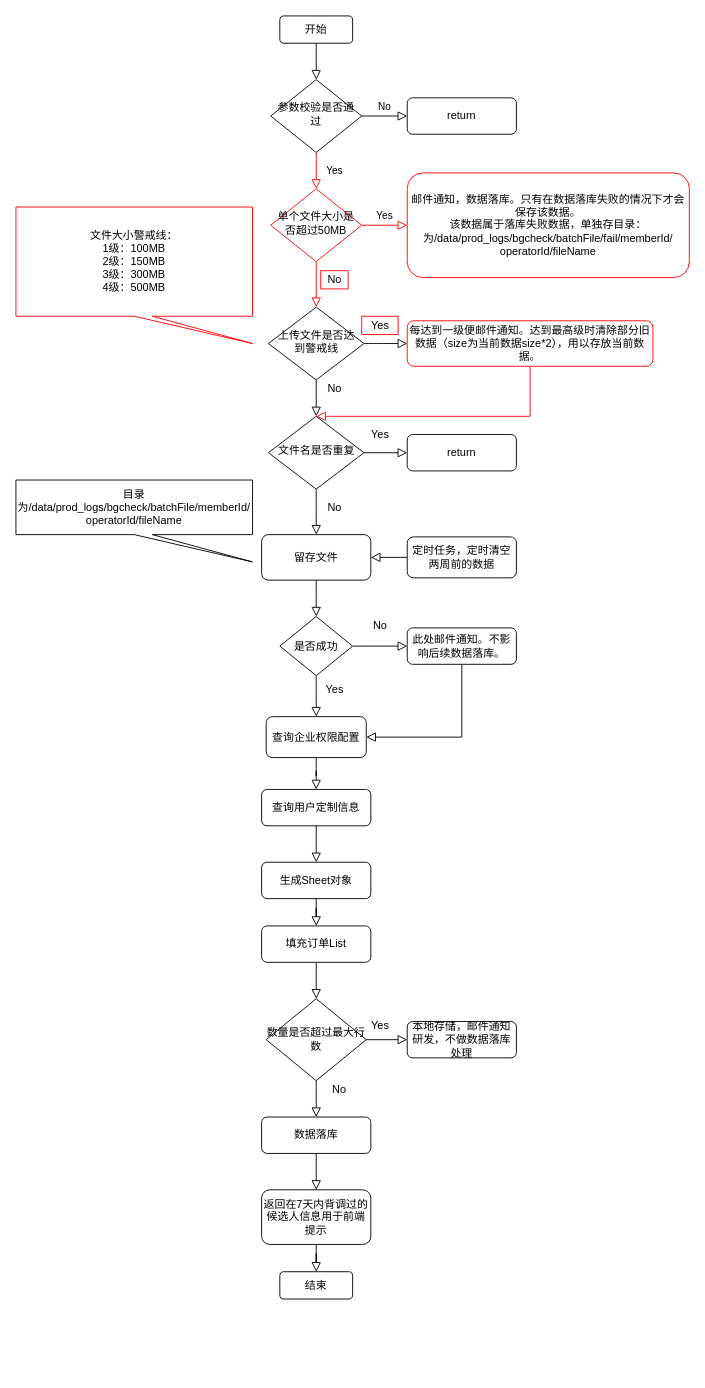
This is Untitled Diagram.drawio from 111ZhuXueke/Hello-English, a draw.io file, before an edit. Source tidied: cells renumbered, new cells numbered last; positions are measured from the earlier drawing's top-left corner, leaving out a move shared by most shapes. Both pictures are drawn from the tidied source at 91%, with x=0, y=0 at pixel (15, 15).
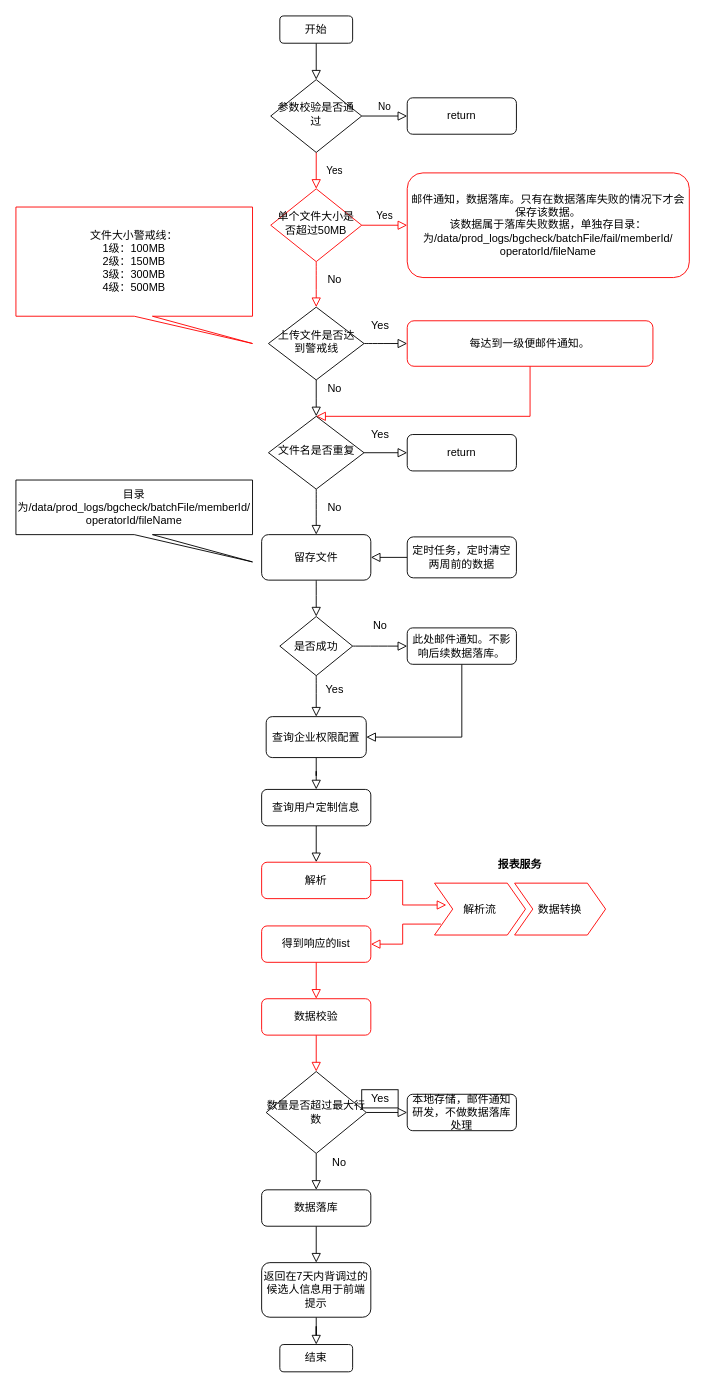
The same page after the edit.

What changed in the source:
```diff
@@
-    <mxCell id="17" value="每达到一级便邮件通知。达到最高级时清除部分旧数据（size为当前数据size*2），用以存放当前数据。" style="rounded=1;whiteSpace=wrap;html=1;fontSize=12;glass=0;strokeWidth=1;shadow=0;strokeColor=#FF0000;" parent="1" vertex="1">
+    <mxCell id="17" value="每达到一级便邮件通知。" style="rounded=1;whiteSpace=wrap;html=1;fontSize=12;glass=0;strokeWidth=1;shadow=0;strokeColor=#FF0000;" parent="1" vertex="1">
       <mxGeometry x="430" y="335" width="270" height="50" as="geometry" />
     </mxCell>
@@
-    <mxCell id="34" style="edgeStyle=orthogonalEdgeStyle;rounded=0;jettySize=auto;html=1;endArrow=block;endFill=0;endSize=8;strokeColor=#000000;" parent="1" edge="1" source="35" target="37">
-      <mxGeometry relative="1" as="geometry" />
-    </mxCell>
+    <mxCell id="58" style="edgeStyle=orthogonalEdgeStyle;rounded=0;jettySize=auto;html=1;endArrow=block;endFill=0;endSize=8;strokeColor=#FF0000;entryX=0.13;entryY=0.421;entryDx=0;entryDy=0;entryPerimeter=0;" parent="1" edge="1" source="35" target="61">
+      <mxGeometry relative="1" as="geometry" />
+    </mxCell>
-    <mxCell id="35" value="生成Sheet对象" style="rounded=1;whiteSpace=wrap;html=1;strokeColor=#000000;" parent="1" vertex="1">
+    <mxCell id="35" value="解析" style="rounded=1;whiteSpace=wrap;html=1;strokeColor=#FF0000;" parent="1" vertex="1">
       <mxGeometry x="270" y="930" width="120" height="40" as="geometry" />
     </mxCell>
-    <mxCell id="36" style="edgeStyle=orthogonalEdgeStyle;rounded=0;jettySize=auto;html=1;endArrow=block;endFill=0;endSize=8;strokeColor=#000000;" parent="1" edge="1" source="37" target="40">
-      <mxGeometry relative="1" as="geometry" />
-    </mxCell>
+    <mxCell id="59" style="edgeStyle=orthogonalEdgeStyle;rounded=0;jettySize=auto;html=1;endArrow=block;endFill=0;endSize=8;strokeColor=#FF0000;" parent="1" edge="1" source="37" target="65">
+      <mxGeometry relative="1" as="geometry" />
+    </mxCell>
-    <mxCell id="37" value="填充订单List" style="whiteSpace=wrap;html=1;rounded=1;strokeColor=#000000;" parent="1" vertex="1">
+    <mxCell id="37" value="得到响应的list" style="whiteSpace=wrap;html=1;rounded=1;strokeColor=#FF0000;" parent="1" vertex="1">
       <mxGeometry x="270" y="1000" width="120" height="40" as="geometry" />
     </mxCell>
@@
     <mxCell id="40" value="数量是否超过最大行数" style="rhombus;whiteSpace=wrap;html=1;strokeColor=#000000;" parent="1" vertex="1">
-      <mxGeometry x="275" y="1080" width="110" height="90" as="geometry" />
+      <mxGeometry x="275" y="1160" width="110" height="90" as="geometry" />
     </mxCell>
@@
     <mxCell id="42" value="数据落库" style="whiteSpace=wrap;html=1;rounded=1;strokeColor=#000000;" parent="1" vertex="1">
-      <mxGeometry x="270" y="1210" width="120" height="40" as="geometry" />
+      <mxGeometry x="270" y="1290" width="120" height="40" as="geometry" />
     </mxCell>
     <mxCell id="43" value="No" style="text;html=1;align=center;verticalAlign=middle;strokeColor=#FFFFFF;fillColor=none;" parent="1" vertex="1">
-      <mxGeometry x="340" y="1170" width="30" height="20" as="geometry" />
+      <mxGeometry x="340" y="1250" width="30" height="20" as="geometry" />
     </mxCell>
@@
     <mxCell id="45" value="返回在7天内背调过的候选人信息用于前端提示" style="whiteSpace=wrap;html=1;rounded=1;strokeColor=#000000;" parent="1" vertex="1">
-      <mxGeometry x="270" y="1290" width="120" height="60" as="geometry" />
+      <mxGeometry x="270" y="1370" width="120" height="60" as="geometry" />
     </mxCell>
     <mxCell id="46" value="结束" style="rounded=1;whiteSpace=wrap;html=1;strokeColor=#000000;" parent="1" vertex="1">
-      <mxGeometry x="290" y="1380" width="80" height="30" as="geometry" />
+      <mxGeometry x="290" y="1460" width="80" height="30" as="geometry" />
     </mxCell>
@@
     <mxCell id="49" value="本地存储，邮件通知研发，不做数据落库处理" style="rounded=1;whiteSpace=wrap;html=1;fontSize=12;glass=0;strokeWidth=1;shadow=0;strokeColor=#000000;" parent="1" vertex="1">
-      <mxGeometry x="430" y="1105" width="120" height="40" as="geometry" />
+      <mxGeometry x="430" y="1185" width="120" height="40" as="geometry" />
     </mxCell>
-    <mxCell id="50" value="Yes" style="text;html=1;align=center;verticalAlign=middle;strokeColor=none;fillColor=none;" parent="1" vertex="1">
-      <mxGeometry x="380" y="1100" width="40" height="20" as="geometry" />
+    <mxCell id="50" value="Yes" style="text;html=1;align=center;verticalAlign=middle;strokeColor=#000000;fillColor=none;" parent="1" vertex="1">
+      <mxGeometry x="380" y="1180" width="40" height="20" as="geometry" />
     </mxCell>
-    <mxCell id="51" value="No" style="text;html=1;align=center;verticalAlign=middle;strokeColor=#FF0000;fillColor=none;" parent="1" vertex="1">
+    <mxCell id="51" value="No" style="text;html=1;align=center;verticalAlign=middle;strokeColor=none;fillColor=none;" parent="1" vertex="1">
       <mxGeometry x="335" y="280" width="30" height="20" as="geometry" />
     </mxCell>
@@
-    <mxCell id="54" value="Yes" style="text;html=1;align=center;verticalAlign=middle;strokeColor=#FF0000;fillColor=none;" parent="1" vertex="1">
+    <mxCell id="54" value="Yes" style="text;html=1;align=center;verticalAlign=middle;strokeColor=#FFFFFF;fillColor=none;" parent="1" vertex="1">
       <mxGeometry x="380" y="330" width="40" height="20" as="geometry" />
     </mxCell>
@@
+    <mxCell id="60" value="报表服务" style="swimlane;horizontal=1;fillColor=none;strokeColor=none;stackBorder=10;align=center;fontColor=#000000;" parent="1" vertex="1">
+      <mxGeometry x="450" y="920" width="208" height="100" as="geometry" />
+    </mxCell>
+    <mxCell id="61" value="解析流" style="shape=step;perimeter=stepPerimeter;fixedSize=1;points=[];strokeColor=#FF0000;" parent="60" vertex="1">
+      <mxGeometry x="10" y="33" width="100" height="57" as="geometry" />
+    </mxCell>
+    <mxCell id="62" value="数据转换" style="shape=step;perimeter=stepPerimeter;fixedSize=1;strokeColor=#FF0000;" parent="60" vertex="1">
+      <mxGeometry x="98" y="33" width="100" height="57" as="geometry" />
+    </mxCell>
+    <mxCell id="63" style="edgeStyle=orthogonalEdgeStyle;rounded=0;jettySize=auto;html=1;endArrow=block;endFill=0;endSize=8;strokeColor=#FF0000;entryX=1;entryY=0.5;entryDx=0;entryDy=0;exitX=0.07;exitY=0.789;exitDx=0;exitDy=0;exitPerimeter=0;" parent="1" edge="1" source="61" target="37">
+      <mxGeometry relative="1" as="geometry" />
+    </mxCell>
+    <mxCell id="64" style="edgeStyle=orthogonalEdgeStyle;rounded=0;jettySize=auto;html=1;endArrow=block;endFill=0;endSize=8;strokeColor=#FF0000;" parent="1" edge="1" source="65" target="40">
+      <mxGeometry relative="1" as="geometry" />
+    </mxCell>
+    <mxCell id="65" value="数据校验" style="whiteSpace=wrap;html=1;rounded=1;strokeColor=#FF0000;" parent="1" vertex="1">
+      <mxGeometry x="270" y="1080" width="120" height="40" as="geometry" />
+    </mxCell>
```
